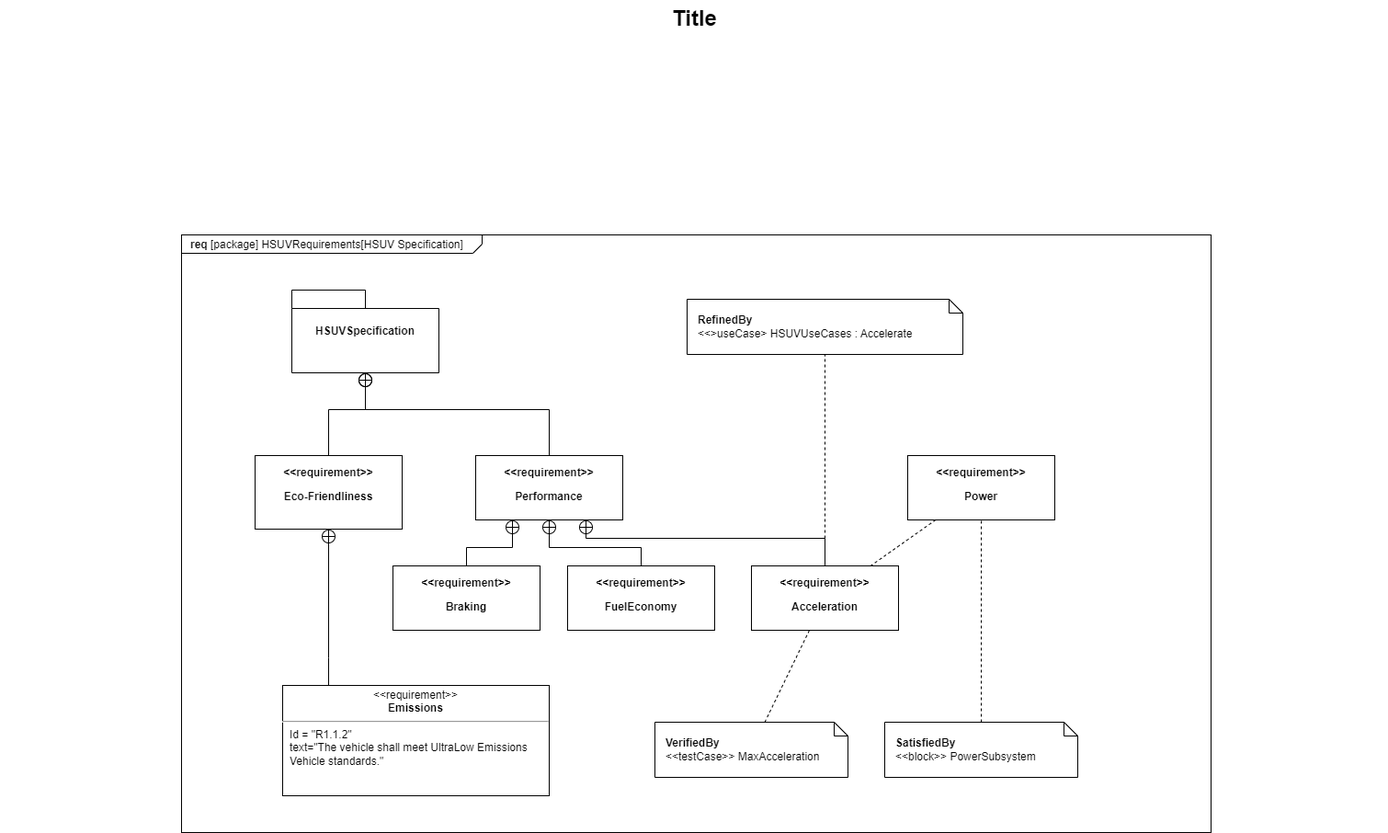
Above: Lesson07.drawio.png in Yushikuni/UML-Diagrams (draw.io), before the change. Source tidied: cells renumbered, new cells last; positions are measured from the earlier drawing's top-left corner, leaving out a move shared by most shapes.
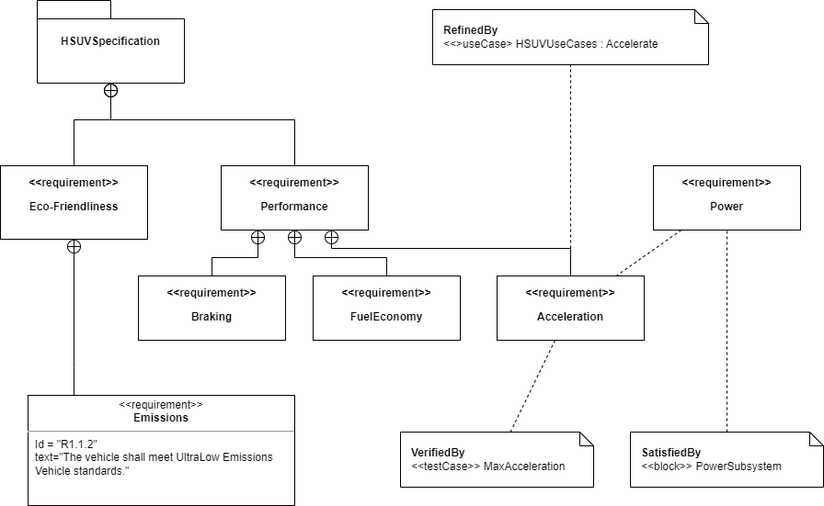
Above is the later version.

Diff of the diagram source:
```diff
@@ -2,9 +2,6 @@
   <root>
     <mxCell id="0" style="html=1;" />
     <mxCell id="1" style="html=1;" parent="0" />
-    <mxCell id="2" value="&lt;p style=&quot;margin: 0px ; margin-top: 4px ; margin-left: 10px ; text-align: left&quot;&gt;&lt;b&gt;req&lt;/b&gt;&amp;nbsp;[package] HSUVRequirements[HSUV Specification]&lt;/p&gt;" style="html=1;strokeWidth=1;shape=mxgraph.sysml.package;html=1;overflow=fill;whiteSpace=wrap;fillColor=none;gradientColor=none;fontSize=12;align=center;labelX=327.64;" parent="1" vertex="1">
-      <mxGeometry x="197" y="255" width="1120" height="650" as="geometry" />
-    </mxCell>
     <mxCell id="3" value="HSUVSpecification" style="shape=folder;tabWidth=80;tabHeight=20;tabPosition=left;strokeWidth=1;html=1;whiteSpace=wrap;align=center;fontSize=12;fontStyle=1;" parent="1" vertex="1">
       <mxGeometry x="317" y="315" width="160" height="90" as="geometry" />
     </mxCell>
@@ -98,8 +95,5 @@
     <mxCell id="23" value="&lt;b&gt;SatisfiedBy&lt;/b&gt;&lt;div&gt;&amp;lt;&amp;lt;block&amp;gt;&amp;gt; PowerSubsystem&lt;/div&gt;" style="shape=note;size=15;align=left;spacingLeft=10;html=1;whiteSpace=wrap;strokeWidth=1;fontSize=12;" parent="1" vertex="1">
       <mxGeometry x="962" y="785" width="210" height="60" as="geometry" />
     </mxCell>
-    <mxCell id="24" value="Title" style="text;strokeColor=none;fillColor=none;html=1;fontSize=24;fontStyle=1;verticalAlign=middle;align=center;" parent="1" vertex="1">
-      <mxGeometry width="1510" height="40" as="geometry" />
-    </mxCell>
   </root>
 </mxGraphModel>
```
